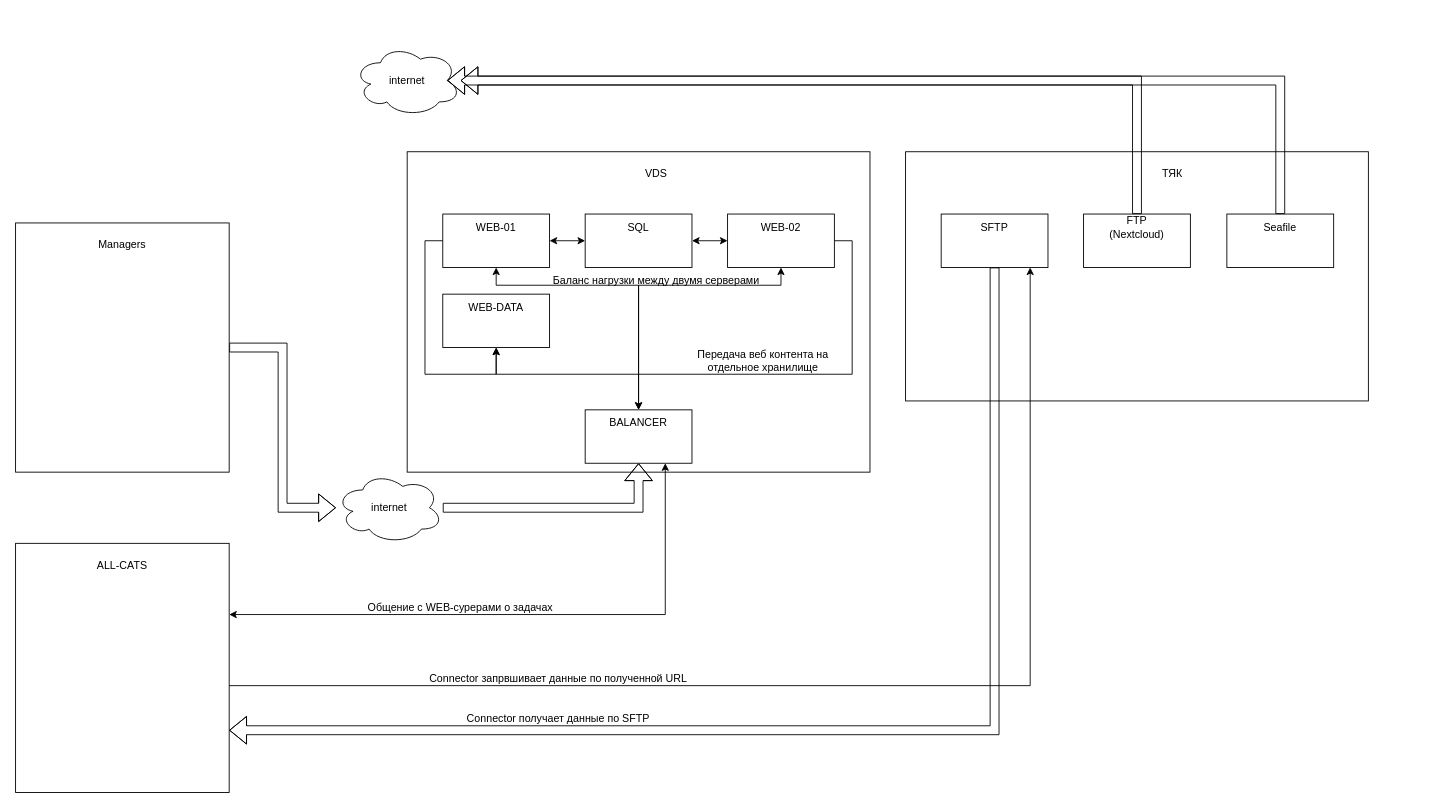
The draw.io diagram A1-concept.drawio in lex1010011010/a1-network-map, before the edit. Source tidied: cells renumbered, new cells numbered last; positions are measured from the earlier drawing's top-left corner, leaving out a move shared by most shapes. Both pictures are drawn from the tidied source at 89%, with x=0, y=0 at pixel (15, 44).
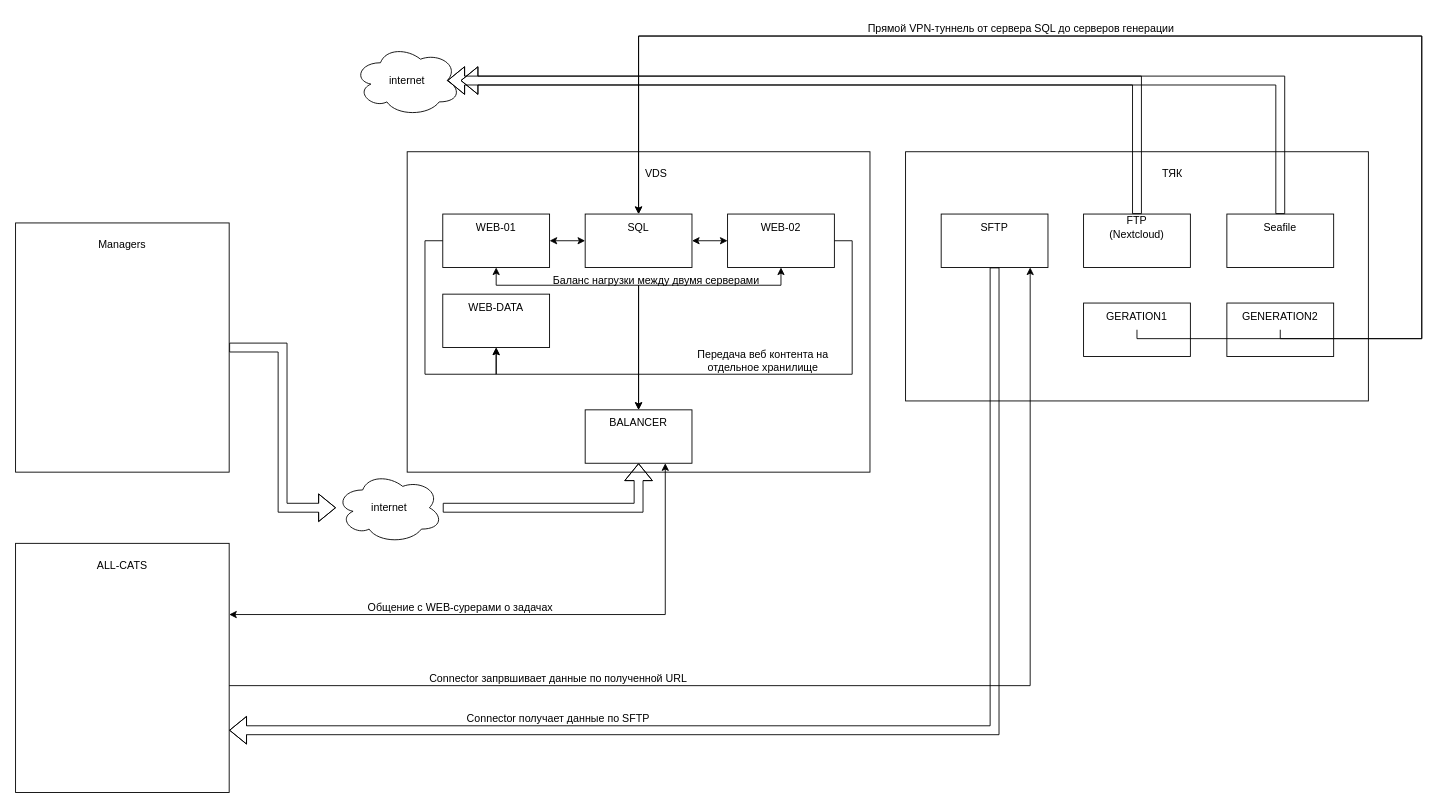
The same diagram, later.

Unchanged cells that the change refers to:
```xml
<mxCell id="9" value="SQL" style="text;html=1;strokeColor=none;fillColor=none;align=center;verticalAlign=middle;whiteSpace=wrap;rounded=0;" parent="7" vertex="1">
  <mxGeometry x="30" width="60" height="30" as="geometry" />
</mxCell>
```

What changed in the source:
```diff
@@
+    <mxCell id="56" style="group;" parent="1" vertex="1">
+      <mxGeometry x="1200" y="290" width="120" height="60" as="geometry" />
+    </mxCell>
+    <mxCell id="57" style="rounded=0;whiteSpace=wrap;html=1;" parent="56" vertex="1">
+      <mxGeometry width="120" height="60" as="geometry" />
+    </mxCell>
+    <mxCell id="58" value="GERATION1" style="text;html=1;strokeColor=none;fillColor=none;align=center;verticalAlign=middle;whiteSpace=wrap;rounded=0;" parent="56" vertex="1">
+      <mxGeometry width="120" height="30" as="geometry" />
+    </mxCell>
+    <mxCell id="59" style="group;" parent="1" vertex="1">
+      <mxGeometry x="1361" y="290" width="120" height="60" as="geometry" />
+    </mxCell>
+    <mxCell id="60" style="rounded=0;whiteSpace=wrap;html=1;" parent="59" vertex="1">
+      <mxGeometry width="120" height="60" as="geometry" />
+    </mxCell>
+    <mxCell id="61" value="GENERATION2" style="text;html=1;strokeColor=none;fillColor=none;align=center;verticalAlign=middle;whiteSpace=wrap;rounded=0;" parent="59" vertex="1">
+      <mxGeometry width="120" height="30" as="geometry" />
+    </mxCell>
+    <mxCell id="62" style="edgeStyle=orthogonalEdgeStyle;rounded=0;jettySize=auto;html=1;entryX=0.5;entryY=0;entryDx=0;entryDy=0;" parent="1" edge="1" source="61" target="9">
+      <mxGeometry relative="1" as="geometry">
+        <Array as="points">
+          <mxPoint x="1421" y="330" />
+          <mxPoint x="1580" y="330" />
+          <mxPoint x="1580" y="-10" />
+          <mxPoint x="700" y="-10" />
+        </Array>
+      </mxGeometry>
+    </mxCell>
+    <mxCell id="63" style="edgeStyle=orthogonalEdgeStyle;rounded=0;jettySize=auto;html=1;" parent="1" edge="1" source="58">
+      <mxGeometry relative="1" as="geometry">
+        <mxPoint x="700" y="190" as="targetPoint" />
+        <Array as="points">
+          <mxPoint x="1260" y="330" />
+          <mxPoint x="1580" y="330" />
+          <mxPoint x="1580" y="-10" />
+          <mxPoint x="700" y="-10" />
+        </Array>
+      </mxGeometry>
+    </mxCell>
+    <mxCell id="64" value="Прямой VPN-туннель от сервера SQL до серверов генерации" style="text;html=1;strokeColor=none;fillColor=none;align=center;verticalAlign=middle;whiteSpace=wrap;rounded=0;" parent="1" vertex="1">
+      <mxGeometry x="940" y="-33" width="380" height="30" as="geometry" />
+    </mxCell>
```
